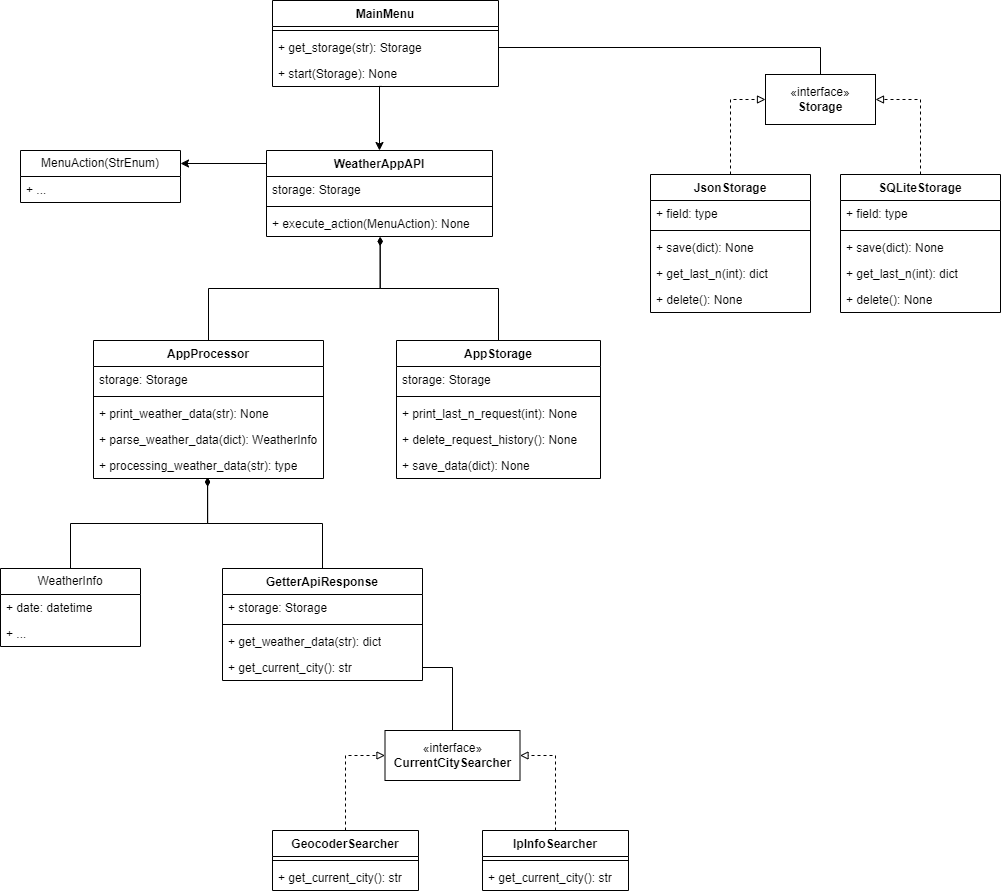
The draw.io diagram Weather_App.drawio.png in CBeredIOk/Weather_App, before a commit. Source tidied: cells renumbered, new cells last; positions are measured from the earlier drawing's top-left corner, leaving out a move shared by most shapes.
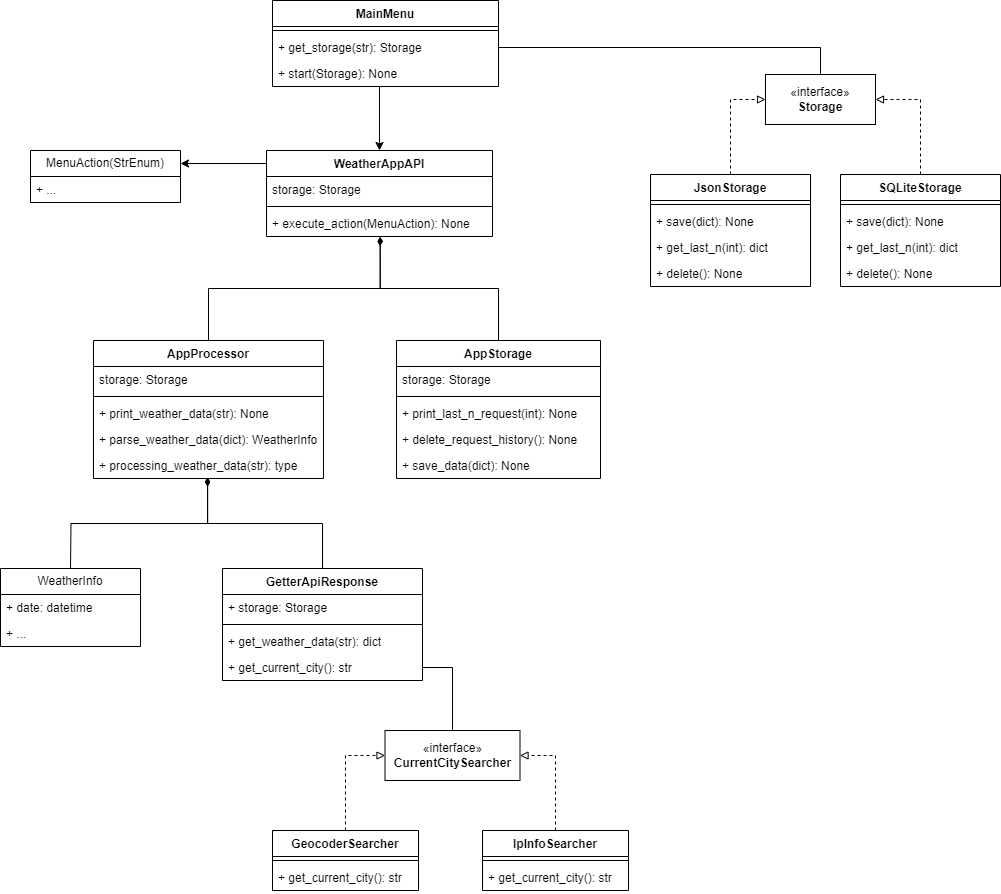
The same diagram one commit later.

The edit, as a diff of the source:
```diff
@@ -72,43 +72,37 @@
       <mxGeometry relative="1" as="geometry" />
     </mxCell>
     <mxCell id="25" value="JsonStorage" style="swimlane;fontStyle=1;align=center;verticalAlign=top;horizontal=1;startSize=26;whiteSpace=wrap;html=1;" parent="1" vertex="1">
-      <mxGeometry x="650" y="174" width="160" height="138" as="geometry" />
+      <mxGeometry x="650" y="174" width="160" height="112" as="geometry" />
     </mxCell>
-    <mxCell id="26" value="+ field: type" style="text;strokeColor=none;fillColor=none;align=left;verticalAlign=top;spacingLeft=4;spacingRight=4;overflow=hidden;whiteSpace=wrap;html=1;" parent="25" vertex="1">
-      <mxGeometry y="26" width="160" height="26" as="geometry" />
-    </mxCell>
     <mxCell id="27" style="line;strokeWidth=1;fillColor=none;align=left;verticalAlign=middle;spacingTop=-1;spacingLeft=3;spacingRight=3;labelPosition=right;strokeColor=inherit;" parent="25" vertex="1">
-      <mxGeometry y="52" width="160" height="8" as="geometry" />
+      <mxGeometry y="26" width="160" height="8" as="geometry" />
     </mxCell>
     <mxCell id="28" value="+ save(dict): None" style="text;strokeColor=none;fillColor=none;align=left;verticalAlign=top;spacingLeft=4;spacingRight=4;overflow=hidden;whiteSpace=wrap;html=1;" parent="25" vertex="1">
-      <mxGeometry y="60" width="160" height="26" as="geometry" />
+      <mxGeometry y="34" width="160" height="26" as="geometry" />
     </mxCell>
     <mxCell id="29" value="+ get_last_n(int): dict" style="text;strokeColor=none;fillColor=none;align=left;verticalAlign=top;spacingLeft=4;spacingRight=4;overflow=hidden;whiteSpace=wrap;html=1;" parent="25" vertex="1">
-      <mxGeometry y="86" width="160" height="26" as="geometry" />
+      <mxGeometry y="60" width="160" height="26" as="geometry" />
     </mxCell>
     <mxCell id="30" value="+ delete(): None" style="text;strokeColor=none;fillColor=none;align=left;verticalAlign=top;spacingLeft=4;spacingRight=4;overflow=hidden;whiteSpace=wrap;html=1;" parent="25" vertex="1">
-      <mxGeometry y="112" width="160" height="26" as="geometry" />
+      <mxGeometry y="86" width="160" height="26" as="geometry" />
     </mxCell>
     <mxCell id="31" style="edgeStyle=orthogonalEdgeStyle;rounded=0;jettySize=auto;html=1;exitX=0.5;exitY=0;exitDx=0;exitDy=0;entryX=1;entryY=0.5;entryDx=0;entryDy=0;dashed=1;endArrow=block;endFill=0;" parent="1" edge="1" source="32" target="23">
       <mxGeometry relative="1" as="geometry" />
     </mxCell>
     <mxCell id="32" value="SQLiteStorage" style="swimlane;fontStyle=1;align=center;verticalAlign=top;horizontal=1;startSize=26;whiteSpace=wrap;html=1;" parent="1" vertex="1">
-      <mxGeometry x="840" y="174" width="160" height="138" as="geometry" />
+      <mxGeometry x="840" y="174" width="160" height="112" as="geometry" />
     </mxCell>
-    <mxCell id="33" value="+ field: type" style="text;strokeColor=none;fillColor=none;align=left;verticalAlign=top;spacingLeft=4;spacingRight=4;overflow=hidden;whiteSpace=wrap;html=1;" parent="32" vertex="1">
-      <mxGeometry y="26" width="160" height="26" as="geometry" />
-    </mxCell>
     <mxCell id="34" style="line;strokeWidth=1;fillColor=none;align=left;verticalAlign=middle;spacingTop=-1;spacingLeft=3;spacingRight=3;labelPosition=right;strokeColor=inherit;" parent="32" vertex="1">
-      <mxGeometry y="52" width="160" height="8" as="geometry" />
+      <mxGeometry y="26" width="160" height="8" as="geometry" />
     </mxCell>
     <mxCell id="35" value="+ save(dict): None" style="text;strokeColor=none;fillColor=none;align=left;verticalAlign=top;spacingLeft=4;spacingRight=4;overflow=hidden;whiteSpace=wrap;html=1;" parent="32" vertex="1">
-      <mxGeometry y="60" width="160" height="26" as="geometry" />
+      <mxGeometry y="34" width="160" height="26" as="geometry" />
     </mxCell>
     <mxCell id="36" value="+ get_last_n(int): dict" style="text;strokeColor=none;fillColor=none;align=left;verticalAlign=top;spacingLeft=4;spacingRight=4;overflow=hidden;whiteSpace=wrap;html=1;" parent="32" vertex="1">
-      <mxGeometry y="86" width="160" height="26" as="geometry" />
+      <mxGeometry y="60" width="160" height="26" as="geometry" />
     </mxCell>
     <mxCell id="37" value="+ delete(): None" style="text;strokeColor=none;fillColor=none;align=left;verticalAlign=top;spacingLeft=4;spacingRight=4;overflow=hidden;whiteSpace=wrap;html=1;" parent="32" vertex="1">
-      <mxGeometry y="112" width="160" height="26" as="geometry" />
+      <mxGeometry y="86" width="160" height="26" as="geometry" />
     </mxCell>
     <mxCell id="38" value="«interface»&lt;br&gt;&lt;b&gt;CurrentCitySearcher&lt;/b&gt;" style="html=1;whiteSpace=wrap;" parent="1" vertex="1">
       <mxGeometry x="384.5" y="730" width="135" height="50" as="geometry" />
@@ -137,23 +131,9 @@
     <mxCell id="46" value="+ get_current_city(): str" style="text;strokeColor=none;fillColor=none;align=left;verticalAlign=top;spacingLeft=4;spacingRight=4;overflow=hidden;whiteSpace=wrap;html=1;" parent="44" vertex="1">
       <mxGeometry y="34" width="146" height="26" as="geometry" />
     </mxCell>
-    <mxCell id="47" value="WeatherInfo" style="swimlane;fontStyle=0;horizontal=1;startSize=26;fillColor=none;whiteSpace=wrap;html=1;" parent="1" vertex="1">
-      <mxGeometry y="568" width="140" height="78" as="geometry" />
-    </mxCell>
-    <mxCell id="48" value="+ date: datetime" style="text;strokeColor=none;fillColor=none;align=left;verticalAlign=top;spacingLeft=4;spacingRight=4;overflow=hidden;whiteSpace=wrap;html=1;" parent="47" vertex="1">
-      <mxGeometry y="26" width="140" height="26" as="geometry" />
-    </mxCell>
-    <mxCell id="49" value="+ ..." style="text;strokeColor=none;fillColor=none;align=left;verticalAlign=top;spacingLeft=4;spacingRight=4;overflow=hidden;whiteSpace=wrap;html=1;" parent="47" vertex="1">
-      <mxGeometry y="52" width="140" height="26" as="geometry" />
-    </mxCell>
-    <mxCell id="50" value="MenuAction(StrEnum)" style="swimlane;fontStyle=0;horizontal=1;startSize=26;fillColor=none;whiteSpace=wrap;html=1;" parent="1" vertex="1">
-      <mxGeometry x="20" y="150" width="160" height="52" as="geometry" />
-    </mxCell>
-    <mxCell id="51" value="+ ..." style="text;strokeColor=none;fillColor=none;align=left;verticalAlign=top;spacingLeft=4;spacingRight=4;overflow=hidden;whiteSpace=wrap;html=1;" parent="50" vertex="1">
-      <mxGeometry y="26" width="160" height="26" as="geometry" />
-    </mxCell>
-    <mxCell id="52" style="edgeStyle=orthogonalEdgeStyle;rounded=0;jettySize=auto;html=1;exitX=0;exitY=0.25;exitDx=0;exitDy=0;entryX=1;entryY=0.25;entryDx=0;entryDy=0;" parent="1" edge="1" source="53" target="50">
+    <mxCell id="52" style="edgeStyle=orthogonalEdgeStyle;rounded=0;jettySize=auto;html=1;exitX=0;exitY=0.25;exitDx=0;exitDy=0;entryX=1;entryY=0.25;entryDx=0;entryDy=0;" parent="1" edge="1" source="53">
       <mxGeometry relative="1" as="geometry">
+        <mxPoint x="180" y="163" as="targetPoint" />
         <Array as="points">
           <mxPoint x="266" y="163" />
         </Array>
@@ -190,11 +170,28 @@
     <mxCell id="61" style="edgeStyle=orthogonalEdgeStyle;rounded=0;jettySize=auto;html=1;exitX=0.5;exitY=0;exitDx=0;exitDy=0;entryX=0.503;entryY=1.015;entryDx=0;entryDy=0;entryPerimeter=0;endArrow=diamondThin;endFill=1;" parent="1" edge="1" source="17" target="56">
       <mxGeometry relative="1" as="geometry" />
     </mxCell>
-    <mxCell id="62" style="edgeStyle=orthogonalEdgeStyle;rounded=0;jettySize=auto;html=1;exitX=0.5;exitY=0;exitDx=0;exitDy=0;entryX=0.496;entryY=0.962;entryDx=0;entryDy=0;entryPerimeter=0;endArrow=diamondThin;endFill=1;" parent="1" edge="1" source="47" target="16">
-      <mxGeometry relative="1" as="geometry" />
+    <mxCell id="62" style="edgeStyle=orthogonalEdgeStyle;rounded=0;jettySize=auto;html=1;exitX=0.5;exitY=0;exitDx=0;exitDy=0;entryX=0.496;entryY=0.962;entryDx=0;entryDy=0;entryPerimeter=0;endArrow=diamondThin;endFill=1;" parent="1" edge="1" target="16">
+      <mxGeometry relative="1" as="geometry">
+        <mxPoint x="70" y="568" as="sourcePoint" />
+      </mxGeometry>
     </mxCell>
     <mxCell id="63" style="edgeStyle=orthogonalEdgeStyle;rounded=0;jettySize=auto;html=1;exitX=0.5;exitY=0;exitDx=0;exitDy=0;entryX=0.496;entryY=0.962;entryDx=0;entryDy=0;entryPerimeter=0;endArrow=diamondThin;endFill=1;" parent="1" edge="1" source="6" target="16">
       <mxGeometry relative="1" as="geometry" />
     </mxCell>
+    <mxCell id="50" value="MenuAction(StrEnum)" style="swimlane;fontStyle=0;horizontal=1;startSize=26;fillColor=none;whiteSpace=wrap;html=1;" parent="1" vertex="1">
+      <mxGeometry x="30" y="150" width="150" height="52" as="geometry" />
+    </mxCell>
+    <mxCell id="51" value="+ ..." style="text;strokeColor=none;fillColor=none;align=left;verticalAlign=top;spacingLeft=4;spacingRight=4;overflow=hidden;whiteSpace=wrap;html=1;" parent="50" vertex="1">
+      <mxGeometry y="26" width="150" height="26" as="geometry" />
+    </mxCell>
+    <mxCell id="47" value="WeatherInfo" style="swimlane;fontStyle=0;horizontal=1;startSize=26;fillColor=none;whiteSpace=wrap;html=1;" parent="1" vertex="1">
+      <mxGeometry y="568" width="140" height="78" as="geometry" />
+    </mxCell>
+    <mxCell id="48" value="+&amp;nbsp;date: datetime" style="text;strokeColor=none;fillColor=none;align=left;verticalAlign=top;spacingLeft=4;spacingRight=4;overflow=hidden;whiteSpace=wrap;html=1;" parent="47" vertex="1">
+      <mxGeometry y="26" width="140" height="26" as="geometry" />
+    </mxCell>
+    <mxCell id="49" value="+ ..." style="text;strokeColor=none;fillColor=none;align=left;verticalAlign=top;spacingLeft=4;spacingRight=4;overflow=hidden;whiteSpace=wrap;html=1;" parent="47" vertex="1">
+      <mxGeometry y="52" width="140" height="26" as="geometry" />
+    </mxCell>
   </root>
 </mxGraphModel>
```
